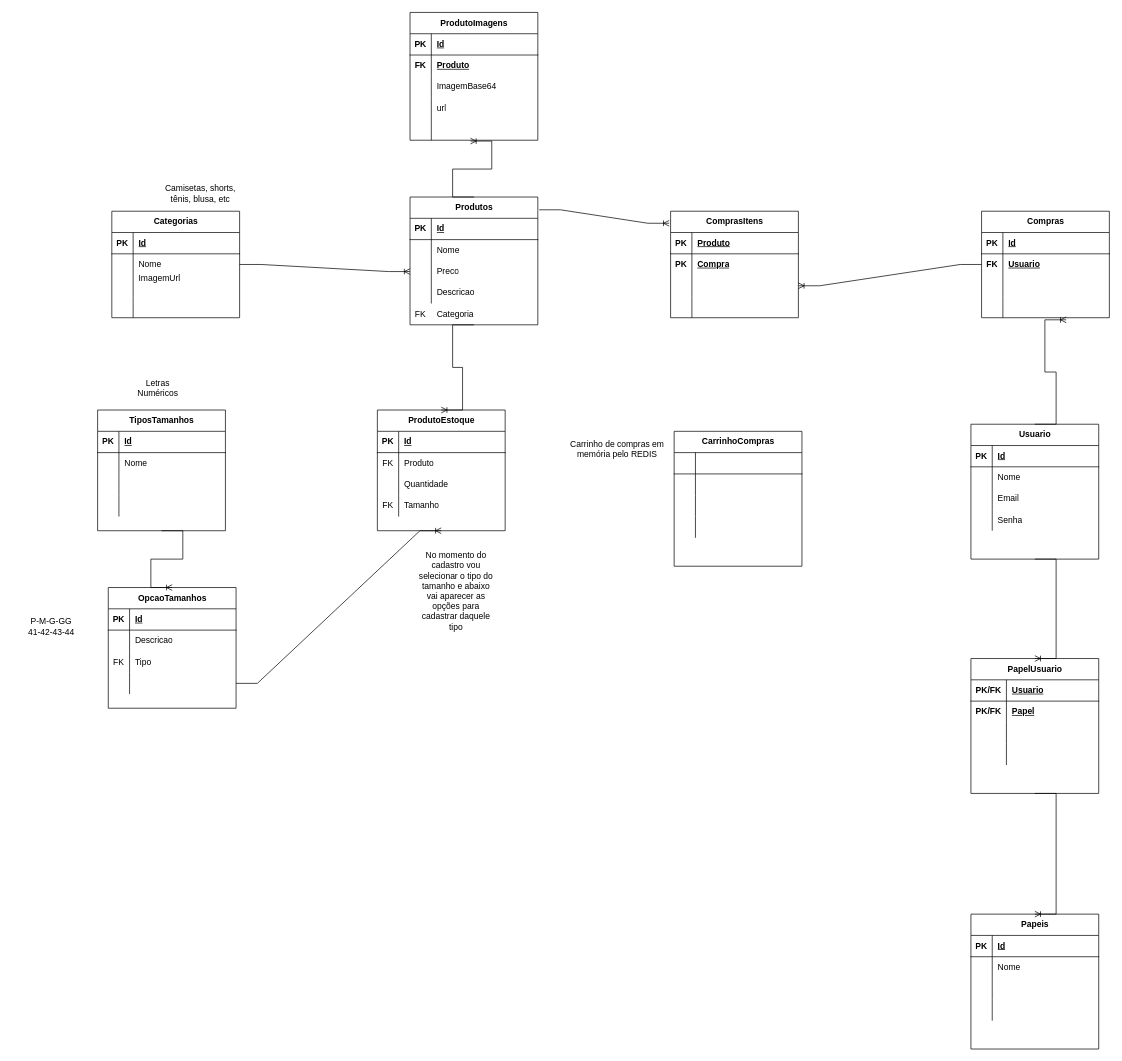
Earlier version of the draw.io diagram DER.drawio (Antonio-Zago/EcommerceModelo). Source tidied: cells renumbered, new cells numbered last; positions are measured from the earlier drawing's top-left corner, leaving out a move shared by most shapes. Both pictures are drawn from the tidied source at 71%, with x=0, y=0 at pixel (12, 12).
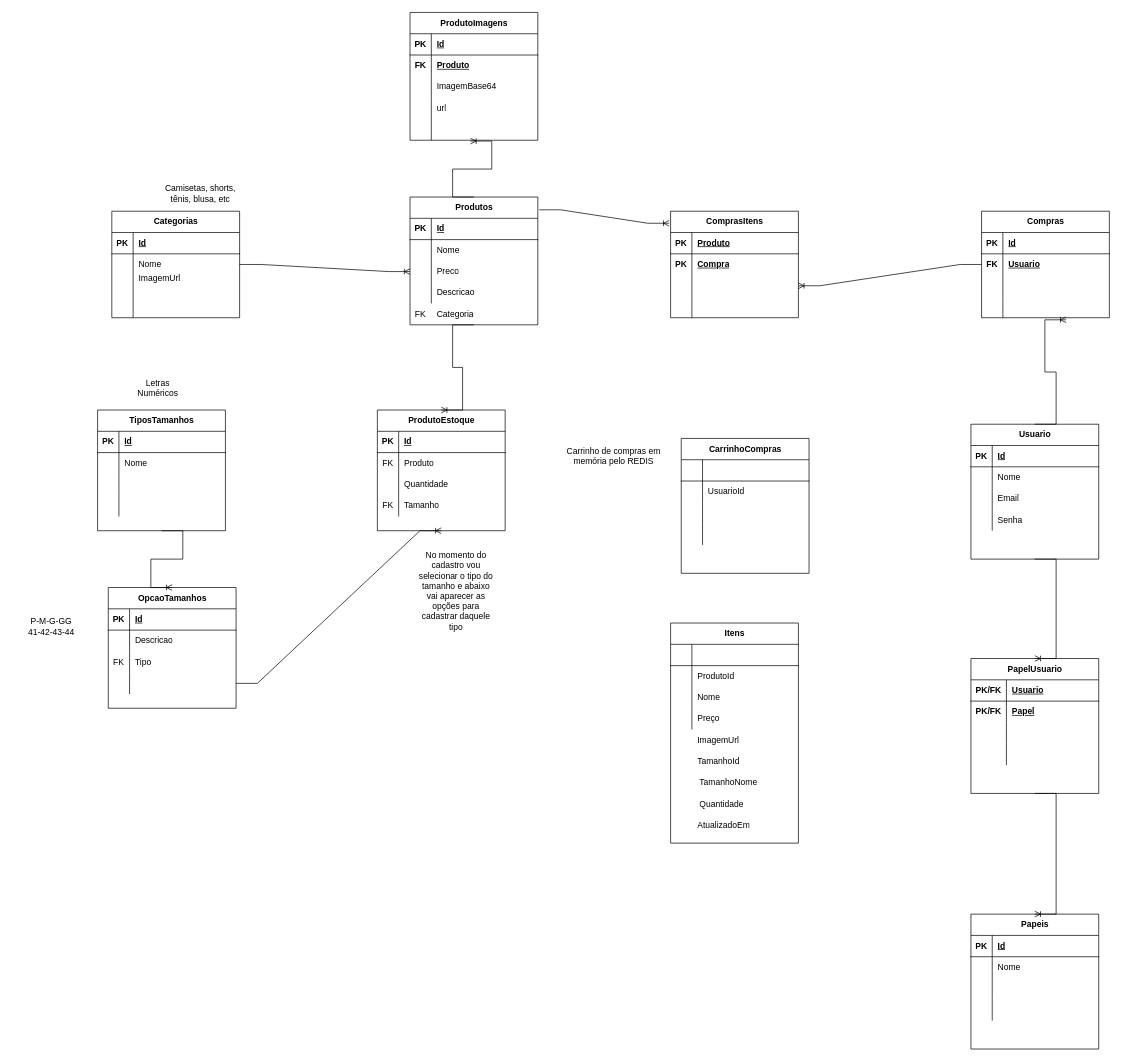
The same page after the edit.

The change refers to these unchanged cells:
```xml
<mxCell id="48" style="shape=tableRow;horizontal=0;startSize=0;swimlaneHead=0;swimlaneBody=0;fillColor=none;top=0;left=0;right=0;bottom=0;" parent="44" vertex="1">
  <mxGeometry y="60" width="180" height="30" as="geometry" />
</mxCell>
```

The edit, as a diff of the source:
```diff
@@
     <mxCell id="44" value="CarrinhoCompras" style="shape=table;startSize=30;childLayout=tableLayout;rowLines=0;fontStyle=1;align=center;html=1;" parent="1" vertex="1">
-      <mxGeometry x="932" y="590" width="180" height="190" as="geometry" />
+      <mxGeometry x="942" y="600" width="180" height="190" as="geometry" />
     </mxCell>
@@
-    <mxCell id="50" style="shape=partialRectangle;fillColor=none;top=0;left=0;bottom=0;right=0;align=left;spacingLeft=6;overflow=hidden;whiteSpace=wrap;html=1;" parent="48" vertex="1">
+    <mxCell id="50" value="UsuarioId" style="shape=partialRectangle;fillColor=none;top=0;left=0;bottom=0;right=0;align=left;spacingLeft=6;overflow=hidden;whiteSpace=wrap;html=1;" parent="48" vertex="1">
       <mxGeometry x="30" width="150" height="30" as="geometry" />
     </mxCell>
@@
     <mxCell id="57" value="Carrinho de compras em memória pelo REDIS" style="text;html=1;align=center;verticalAlign=middle;whiteSpace=wrap;rounded=0;" parent="1" vertex="1">
-      <mxGeometry x="772" y="600" width="160" height="30" as="geometry" />
+      <mxGeometry x="767" y="610" width="160" height="30" as="geometry" />
     </mxCell>
@@
+    <mxCell id="193" value="Itens" style="shape=table;startSize=30;childLayout=tableLayout;rowLines=0;fontStyle=1;align=center;html=1;" parent="1" vertex="1">
+      <mxGeometry x="927" y="860" width="180" height="310" as="geometry" />
+    </mxCell>
+    <mxCell id="194" style="shape=tableRow;horizontal=0;startSize=0;swimlaneHead=0;swimlaneBody=0;fillColor=none;top=0;left=0;right=0;bottom=1;" parent="193" vertex="1">
+      <mxGeometry y="30" width="180" height="30" as="geometry" />
+    </mxCell>
+    <mxCell id="195" style="shape=partialRectangle;fillColor=none;top=0;left=0;bottom=0;right=0;fontStyle=1;overflow=hidden;whiteSpace=wrap;html=1;" parent="194" vertex="1">
+      <mxGeometry width="30" height="30" as="geometry" />
+    </mxCell>
+    <mxCell id="196" style="shape=partialRectangle;fillColor=none;top=0;left=0;bottom=0;right=0;align=left;spacingLeft=6;fontStyle=5;overflow=hidden;whiteSpace=wrap;html=1;" parent="194" vertex="1">
+      <mxGeometry x="30" width="150" height="30" as="geometry" />
+    </mxCell>
+    <mxCell id="197" style="shape=tableRow;horizontal=0;startSize=0;swimlaneHead=0;swimlaneBody=0;fillColor=none;top=0;left=0;right=0;bottom=0;" parent="193" vertex="1">
+      <mxGeometry y="60" width="180" height="30" as="geometry" />
+    </mxCell>
+    <mxCell id="198" style="shape=partialRectangle;fillColor=none;top=0;left=0;bottom=0;right=0;overflow=hidden;whiteSpace=wrap;html=1;" parent="197" vertex="1">
+      <mxGeometry width="30" height="30" as="geometry" />
+    </mxCell>
+    <mxCell id="199" value="ProdutoId" style="shape=partialRectangle;fillColor=none;top=0;left=0;bottom=0;right=0;align=left;spacingLeft=6;overflow=hidden;whiteSpace=wrap;html=1;" parent="197" vertex="1">
+      <mxGeometry x="30" width="150" height="30" as="geometry" />
+    </mxCell>
+    <mxCell id="200" style="shape=tableRow;horizontal=0;startSize=0;swimlaneHead=0;swimlaneBody=0;fillColor=none;top=0;left=0;right=0;bottom=0;" parent="193" vertex="1">
+      <mxGeometry y="90" width="180" height="30" as="geometry" />
+    </mxCell>
+    <mxCell id="201" style="shape=partialRectangle;fillColor=none;top=0;left=0;bottom=0;right=0;overflow=hidden;whiteSpace=wrap;html=1;" parent="200" vertex="1">
+      <mxGeometry width="30" height="30" as="geometry" />
+    </mxCell>
+    <mxCell id="202" value="Nome" style="shape=partialRectangle;fillColor=none;top=0;left=0;bottom=0;right=0;align=left;spacingLeft=6;overflow=hidden;whiteSpace=wrap;html=1;" parent="200" vertex="1">
+      <mxGeometry x="30" width="150" height="30" as="geometry" />
+    </mxCell>
+    <mxCell id="203" style="shape=tableRow;horizontal=0;startSize=0;swimlaneHead=0;swimlaneBody=0;fillColor=none;top=0;left=0;right=0;bottom=0;" parent="193" vertex="1">
+      <mxGeometry y="120" width="180" height="30" as="geometry" />
+    </mxCell>
+    <mxCell id="204" style="shape=partialRectangle;fillColor=none;top=0;left=0;bottom=0;right=0;overflow=hidden;whiteSpace=wrap;html=1;" parent="203" vertex="1">
+      <mxGeometry width="30" height="30" as="geometry" />
+    </mxCell>
+    <mxCell id="205" value="Preço" style="shape=partialRectangle;fillColor=none;top=0;left=0;bottom=0;right=0;align=left;spacingLeft=6;overflow=hidden;whiteSpace=wrap;html=1;" parent="203" vertex="1">
+      <mxGeometry x="30" width="150" height="30" as="geometry" />
+    </mxCell>
+    <mxCell id="206" value="ImagemUrl" style="shape=partialRectangle;fillColor=none;top=0;left=0;bottom=0;right=0;align=left;spacingLeft=6;overflow=hidden;whiteSpace=wrap;html=1;" parent="1" vertex="1">
+      <mxGeometry x="957" y="1010" width="150" height="30" as="geometry" />
+    </mxCell>
+    <mxCell id="207" value="TamanhoId" style="shape=partialRectangle;fillColor=none;top=0;left=0;bottom=0;right=0;align=left;spacingLeft=6;overflow=hidden;whiteSpace=wrap;html=1;" parent="1" vertex="1">
+      <mxGeometry x="957" y="1040" width="150" height="30" as="geometry" />
+    </mxCell>
+    <mxCell id="208" value="TamanhoNome" style="shape=partialRectangle;fillColor=none;top=0;left=0;bottom=0;right=0;align=left;spacingLeft=6;overflow=hidden;whiteSpace=wrap;html=1;" parent="1" vertex="1">
+      <mxGeometry x="960" y="1070" width="150" height="30" as="geometry" />
+    </mxCell>
+    <mxCell id="209" value="Quantidade" style="shape=partialRectangle;fillColor=none;top=0;left=0;bottom=0;right=0;align=left;spacingLeft=6;overflow=hidden;whiteSpace=wrap;html=1;" parent="1" vertex="1">
+      <mxGeometry x="960" y="1100" width="150" height="30" as="geometry" />
+    </mxCell>
+    <mxCell id="210" value="AtualizadoEm" style="shape=partialRectangle;fillColor=none;top=0;left=0;bottom=0;right=0;align=left;spacingLeft=6;overflow=hidden;whiteSpace=wrap;html=1;" parent="1" vertex="1">
+      <mxGeometry x="957" y="1130" width="150" height="30" as="geometry" />
+    </mxCell>
```
